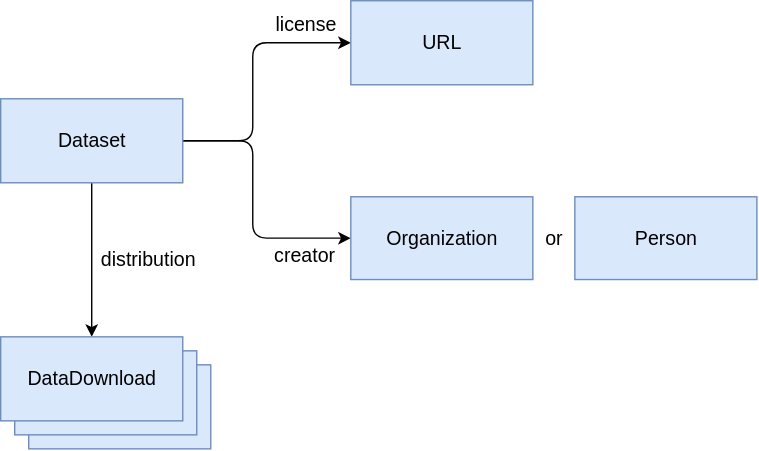
Earlier version of the draw.io export model.svg (netwerk-digitaal-erfgoed/requirements-datasets). Source tidied: cells renumbered, new cells last; positions are measured from the earlier drawing's top-left corner, leaving out a move shared by most shapes.
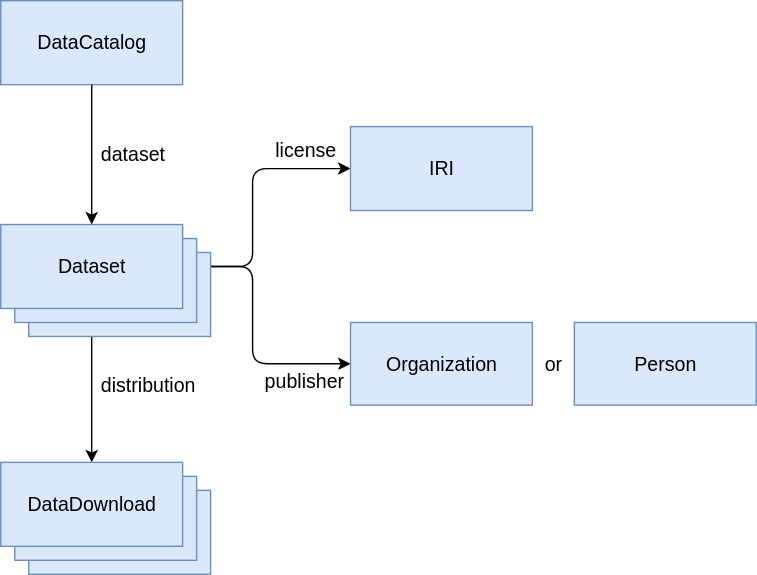
The same file after the commit.

What changed in the source:
```diff
@@ -19,7 +19,7 @@
         </Array>
       </mxGeometry>
     </mxCell>
-    <mxCell id="6" value="creator" style="edgeLabel;html=1;align=center;verticalAlign=middle;fontSize=14;spacingTop=0;" parent="5" vertex="1">
+    <mxCell id="6" value="publisher" style="edgeLabel;html=1;align=center;verticalAlign=middle;fontSize=14;spacingTop=0;" parent="5" vertex="1">
       <mxGeometry x="0.57" relative="1" as="geometry">
         <mxPoint x="8.1" y="12.5" as="offset" />
       </mxGeometry>
@@ -32,13 +32,10 @@
         </Array>
       </mxGeometry>
     </mxCell>
-    <mxCell id="8" value="Dataset" style="html=1;fillColor=#dae8fc;strokeColor=#6c8ebf;fontSize=14;" parent="1" vertex="1">
-      <mxGeometry y="70" width="130" height="60" as="geometry" />
-    </mxCell>
     <mxCell id="9" value="&lt;font style=&quot;font-size: 14px&quot;&gt;Organization&lt;/font&gt;" style="html=1;fillColor=#dae8fc;strokeColor=#6c8ebf;fontSize=14;" parent="1" vertex="1">
       <mxGeometry x="250" y="140" width="130" height="59.1" as="geometry" />
     </mxCell>
-    <mxCell id="10" value="URL" style="html=1;fillColor=#dae8fc;strokeColor=#6c8ebf;fontSize=14;" parent="1" vertex="1">
+    <mxCell id="10" value="IRI" style="html=1;fillColor=#dae8fc;strokeColor=#6c8ebf;fontSize=14;" parent="1" vertex="1">
       <mxGeometry x="250" width="130" height="60" as="geometry" />
     </mxCell>
     <mxCell id="11" value="DataDownload" style="fillColor=#dae8fc;strokeColor=#6c8ebf;labelBackgroundColor=none;html=1;fontSize=14;" parent="1" vertex="1">
@@ -50,5 +47,20 @@
     <mxCell id="13" value="&lt;font style=&quot;font-size: 14px&quot;&gt;or&lt;/font&gt;" style="text;html=1;align=center;verticalAlign=middle;" parent="1" vertex="1">
       <mxGeometry x="380" y="159.5" width="30" height="20" as="geometry" />
     </mxCell>
+    <mxCell id="14" value="DataDownload" style="fillColor=#dae8fc;strokeColor=#6c8ebf;labelBackgroundColor=none;html=1;fontSize=14;" parent="1" vertex="1">
+      <mxGeometry x="20" y="90" width="130" height="60" as="geometry" />
+    </mxCell>
+    <mxCell id="15" style="fillColor=#dae8fc;strokeColor=#6c8ebf;labelBackgroundColor=none;html=1;fontSize=14;" parent="1" vertex="1">
+      <mxGeometry x="10" y="80" width="130" height="60" as="geometry" />
+    </mxCell>
+    <mxCell id="8" value="Dataset" style="html=1;fillColor=#dae8fc;strokeColor=#6c8ebf;fontSize=14;" parent="1" vertex="1">
+      <mxGeometry y="70" width="130" height="60" as="geometry" />
+    </mxCell>
+    <mxCell id="16" value="DataCatalog" style="html=1;fillColor=#dae8fc;strokeColor=#6c8ebf;fontSize=14;" parent="1" vertex="1">
+      <mxGeometry y="-90" width="130" height="60" as="geometry" />
+    </mxCell>
+    <mxCell id="17" value="dataset" style="edgeStyle=orthogonalEdgeStyle;rounded=0;jettySize=auto;html=1;labelBackgroundColor=none;align=left;fontSize=14;" parent="1" edge="1" source="16" target="8">
+      <mxGeometry y="5" relative="1" as="geometry" />
+    </mxCell>
   </root>
 </mxGraphModel>
```
